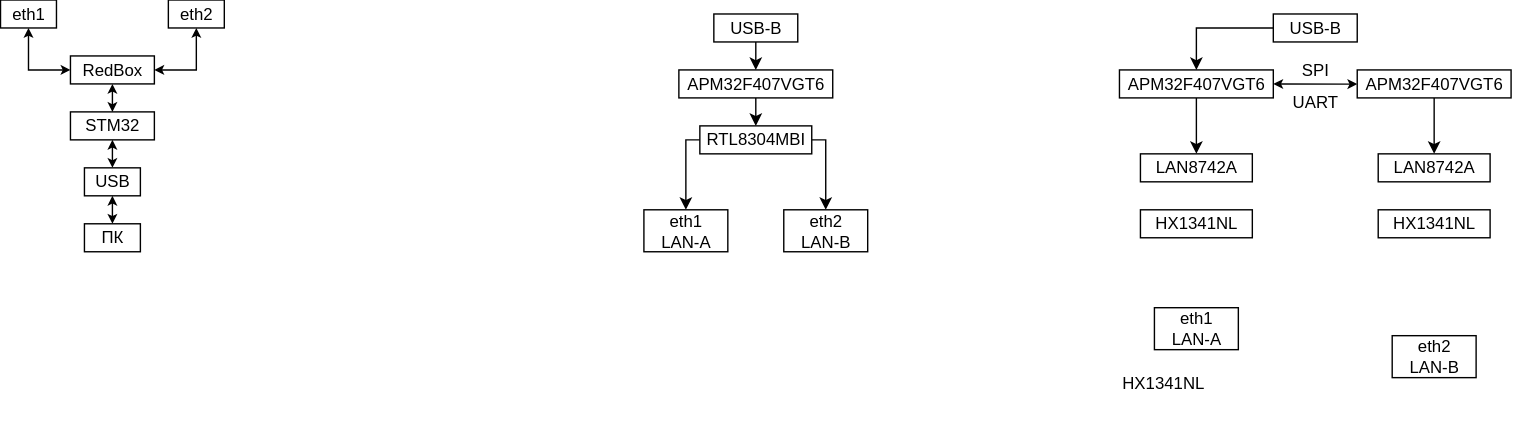
Andrianov-Daniil/Block_Diagram keeps this draw.io diagram as PRP.drawio.svg. Above is the earlier version. Source tidied: cells renumbered, new cells last; positions are measured from the earlier drawing's top-left corner, leaving out a move shared by most shapes.
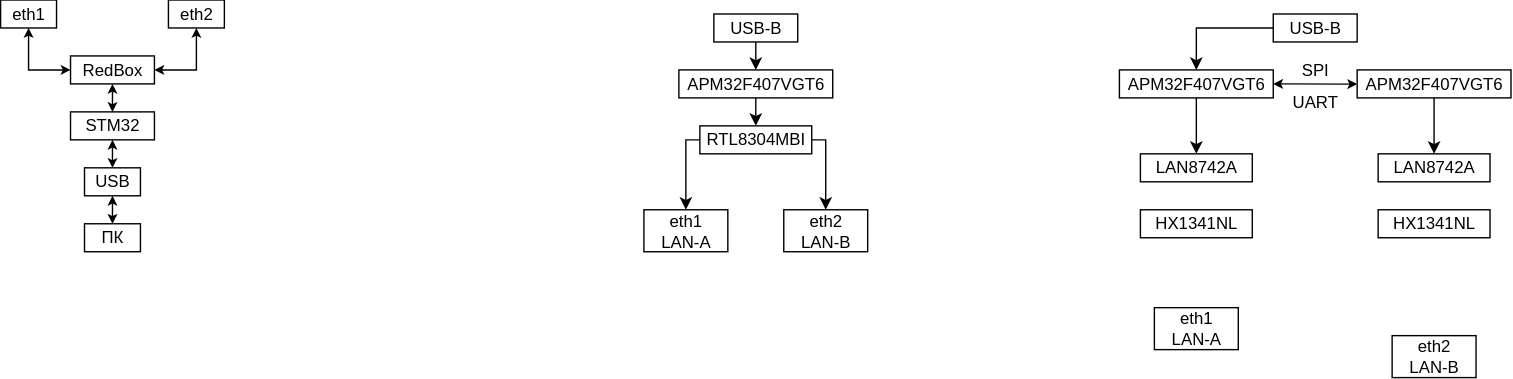
Later version of the same file.

Change to the diagram source:
```diff
@@ -127,9 +127,6 @@
     <mxCell id="34" value="&lt;span style=&quot;text-align: left;&quot;&gt;LAN8742A&lt;/span&gt;" style="rounded=0;whiteSpace=wrap;html=1;" parent="1" vertex="1">
       <mxGeometry x="985" y="110" width="80" height="20" as="geometry" />
     </mxCell>
-    <mxCell id="35" value="HX1341NL" style="text;whiteSpace=wrap;" parent="1" vertex="1">
-      <mxGeometry x="800" y="260" width="90" height="40" as="geometry" />
-    </mxCell>
     <mxCell id="36" value="&lt;span style=&quot;text-align: left;&quot;&gt;HX1341NL&lt;/span&gt;" style="rounded=0;whiteSpace=wrap;html=1;" parent="1" vertex="1">
       <mxGeometry x="815" y="150" width="80" height="20" as="geometry" />
     </mxCell>
```
